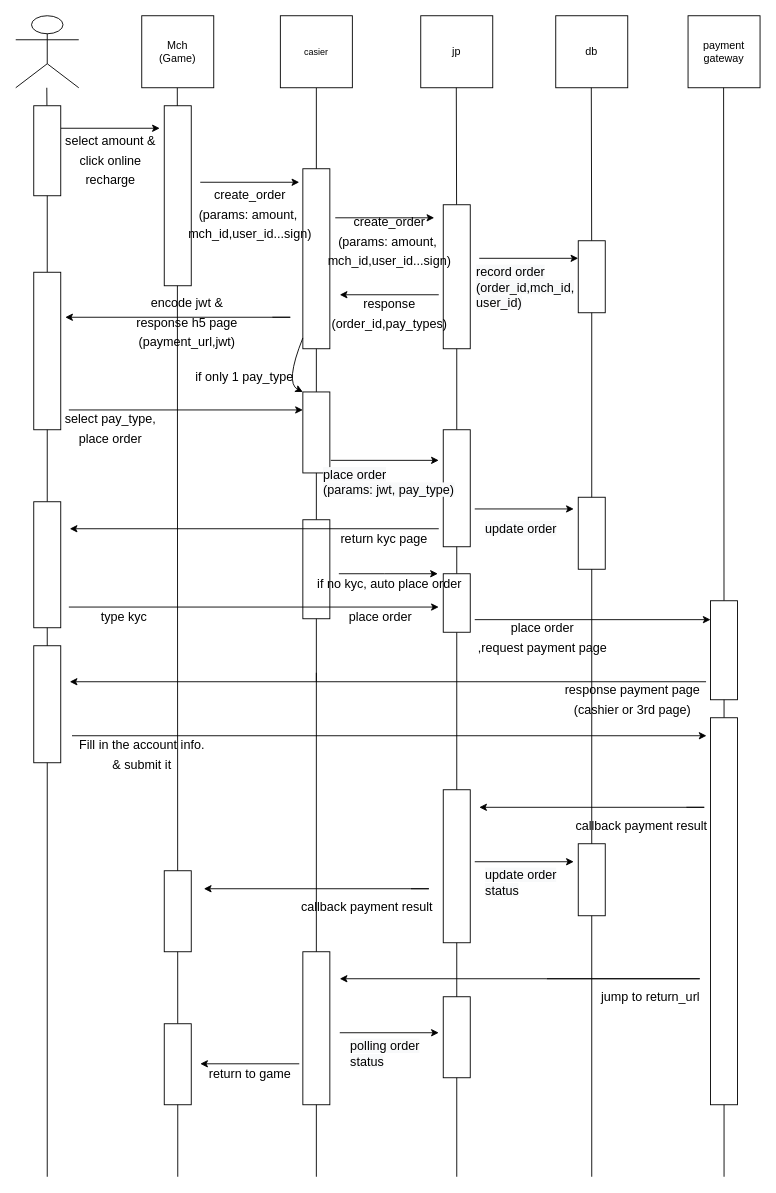
Earlier version of the draw.io diagram page "cashier" (2 of 4) of pay_glo.drawio (ppudding5566/test5566). Source tidied: cells renumbered, new cells numbered last; positions are measured from the earlier drawing's top-left corner, leaving out a move shared by most shapes. Both pictures are drawn from the tidied source at 90%, with x=0, y=0 at pixel (15, 15).
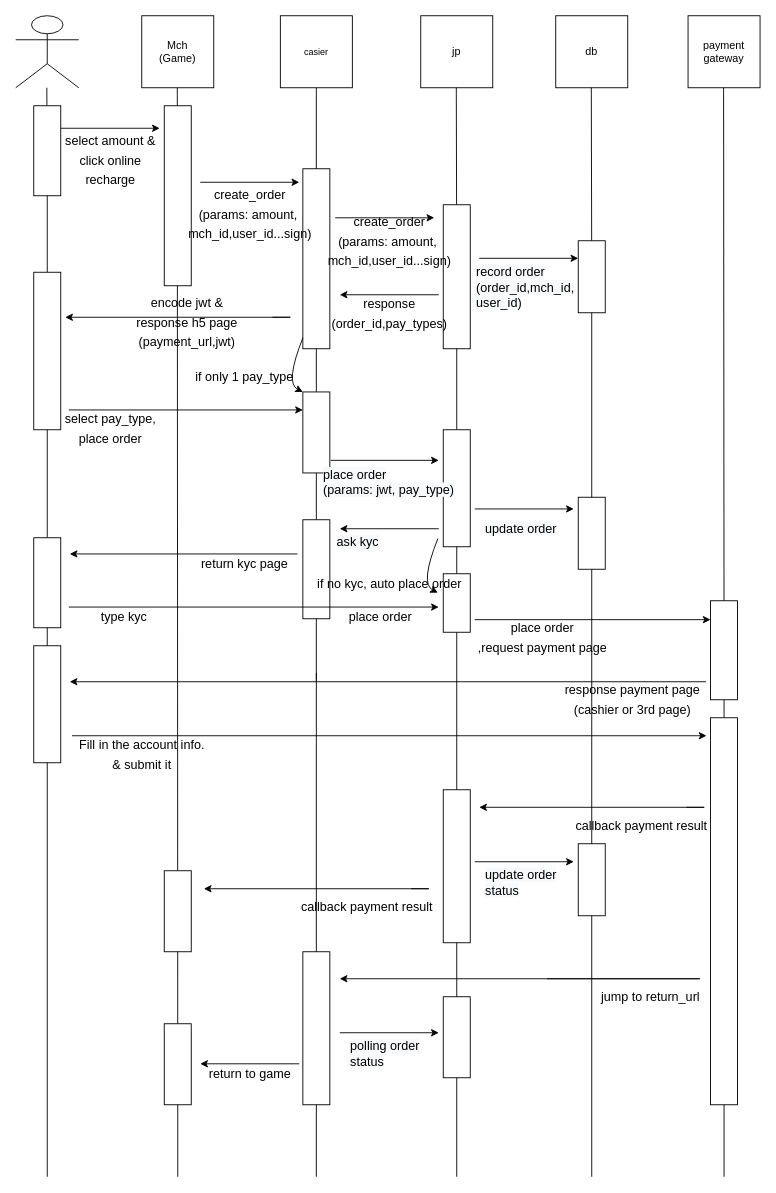
Above is the later version.

Diff of the diagram source:
```diff
@@
-    <mxCell id="87" style="edgeStyle=none;rounded=0;orthogonalLoop=1;jettySize=auto;html=1;" parent="1" edge="1">
+    <mxCell id="87" style="edgeStyle=none;rounded=0;jettySize=auto;html=1;exitX=0.992;exitY=0.25;exitDx=0;exitDy=0;exitPerimeter=0;" parent="1" edge="1" source="88">
       <mxGeometry relative="1" as="geometry">
-        <mxPoint x="470" y="570" as="sourcePoint" />
-        <mxPoint x="60" y="570" as="targetPoint" />
+        <mxPoint x="60" y="598" as="targetPoint" />
       </mxGeometry>
     </mxCell>
     <mxCell id="88" value="&lt;font style=&quot;font-size: 14px;&quot;&gt;return kyc page&lt;br&gt;&lt;/font&gt;" style="text;html=1;align=center;verticalAlign=middle;points=[];fillColor=none;strokeColor=none;rounded=0;fontSize=18;" parent="1" vertex="1">
-      <mxGeometry x="349" y="560" width="120" height="40" as="geometry" />
+      <mxGeometry x="194" y="588" width="120" height="40" as="geometry" />
     </mxCell>
     <mxCell id="89" style="rounded=0;whiteSpace=wrap;html=1;" parent="1" vertex="1">
-      <mxGeometry x="20" y="540" width="30" height="140" as="geometry" />
+      <mxGeometry x="20" y="580" width="30" height="100" as="geometry" />
     </mxCell>
@@
-    <mxCell id="96" style="edgeStyle=none;rounded=0;orthogonalLoop=1;jettySize=auto;html=1;exitX=1;exitY=0.25;exitDx=0;exitDy=0;" parent="1" edge="1">
-      <mxGeometry relative="1" as="geometry">
-        <mxPoint x="359" y="620" as="sourcePoint" />
-        <mxPoint x="469" y="620" as="targetPoint" />
-        <Array as="points">
-          <mxPoint x="410" y="620" />
-        </Array>
-      </mxGeometry>
-    </mxCell>
+    <mxCell id="97" style="edgeStyle=none;rounded=0;orthogonalLoop=1;jettySize=auto;html=1;" parent="1" edge="1">
+      <mxGeometry relative="1" as="geometry">
+        <mxPoint x="470" y="570" as="sourcePoint" />
+        <mxPoint x="360" y="570" as="targetPoint" />
+      </mxGeometry>
+    </mxCell>
+    <mxCell id="98" style="curved=1;endArrow=classic;html=1;rounded=0;" parent="1" edge="1">
+      <mxGeometry relative="1" as="geometry">
+        <mxPoint x="469" y="581" as="sourcePoint" />
+        <mxPoint x="469" y="641" as="targetPoint" />
+        <Array as="points">
+          <mxPoint x="469" y="581" />
+          <mxPoint x="449" y="631" />
+        </Array>
+      </mxGeometry>
+    </mxCell>
+    <mxCell id="99" value="&lt;span style=&quot;color: rgb(0, 0, 0); font-family: Helvetica; font-size: 14px; font-style: normal; font-variant-ligatures: normal; font-variant-caps: normal; font-weight: 400; letter-spacing: normal; orphans: 2; text-align: center; text-indent: 0px; text-transform: none; widows: 2; word-spacing: 0px; -webkit-text-stroke-width: 0px; background-color: rgb(248, 249, 250); text-decoration-thickness: initial; text-decoration-style: initial; text-decoration-color: initial; float: none; display: inline !important;&quot;&gt;ask kyc&lt;br&gt;&lt;br&gt;&lt;/span&gt;" style="text;whiteSpace=wrap;html=1;fontSize=10;" parent="1" vertex="1">
+      <mxGeometry x="355" y="570" width="150" height="40" as="geometry" />
+    </mxCell>
```
